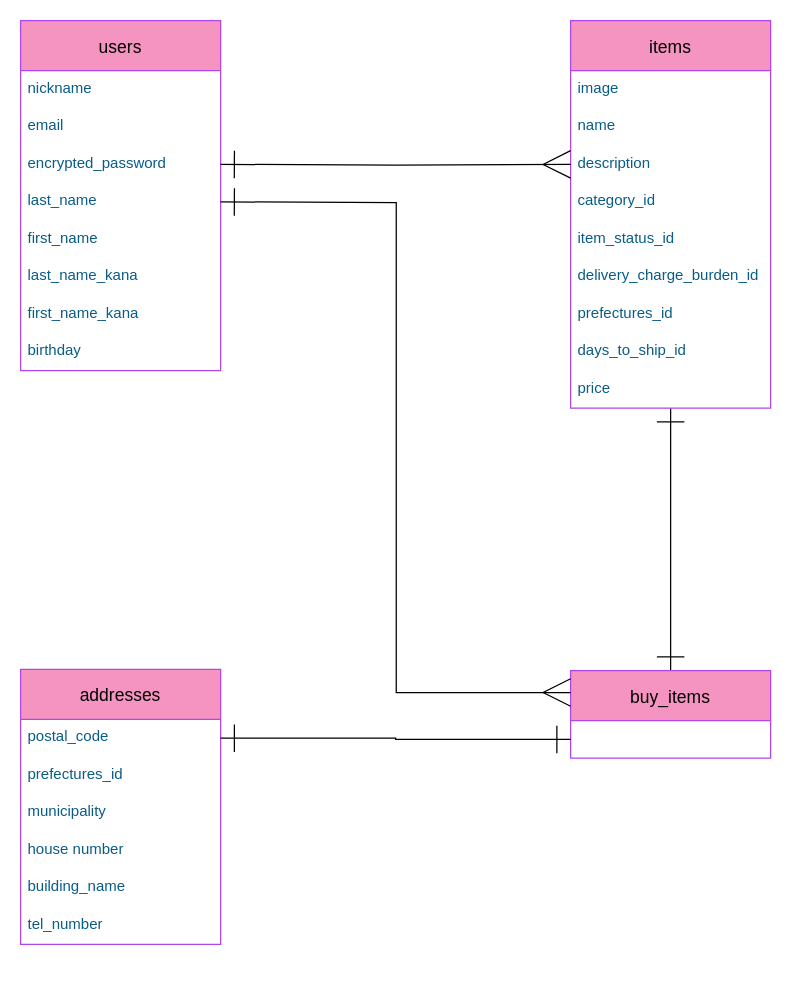
The draw.io diagram ER.dio in moto-smas-mlt/furima-35070, before the edit. Source tidied: cells renumbered, new cells numbered last; positions are measured from the earlier drawing's top-left corner, leaving out a move shared by most shapes. Both pictures are drawn from the tidied source at 125%, with x=0, y=0 at pixel (20, 20).
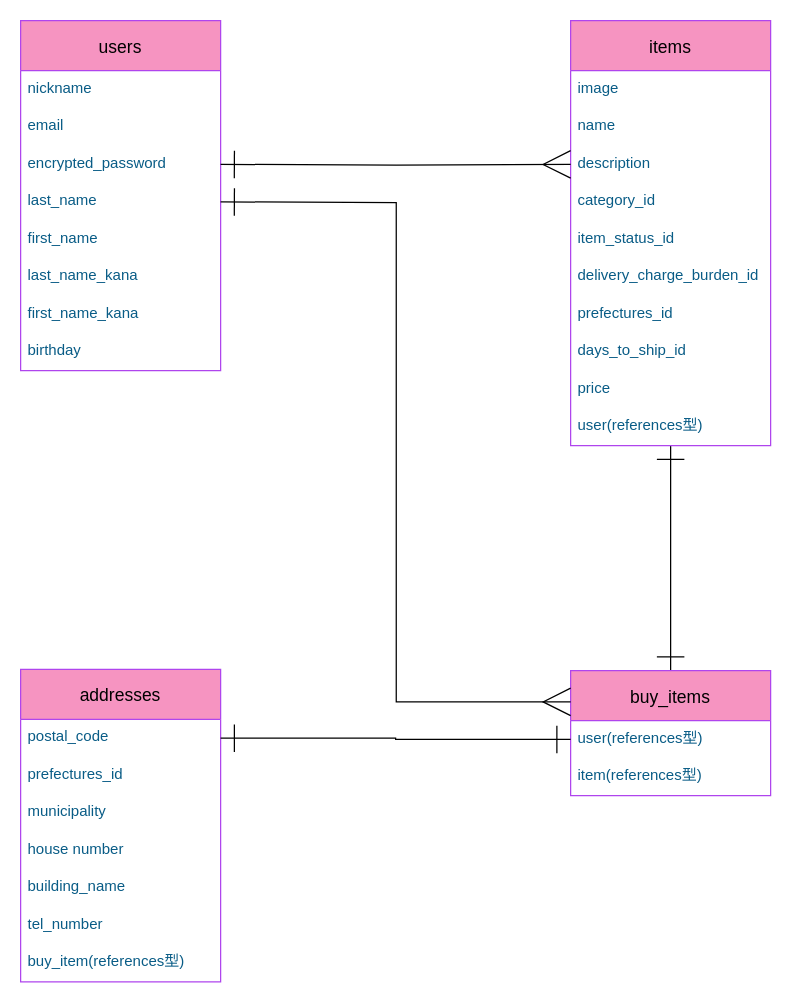
The same diagram, later.

The edit, as a diff of the source:
```diff
@@
     <mxCell id="12" value="items" style="swimlane;fontStyle=0;horizontal=1;startSize=40;align=center;fontSize=14;rounded=0;sketch=0;strokeColor=#AF45ED;fillColor=#F694C1;" parent="1" vertex="1">
-      <mxGeometry x="440" width="160" height="310" as="geometry" />
+      <mxGeometry x="440" width="160" height="340" as="geometry" />
     </mxCell>
@@
+    <mxCell id="33" value="user(references型)" style="text;strokeColor=none;fillColor=none;spacingLeft=4;spacingRight=4;overflow=hidden;fontSize=12;fontColor=#095C86;" parent="12" vertex="1">
+      <mxGeometry y="310" width="160" height="30" as="geometry" />
+    </mxCell>
     <mxCell id="22" value="buy_items" style="swimlane;fontStyle=0;horizontal=1;startSize=40;align=center;fontSize=14;rounded=0;sketch=0;strokeColor=#AF45ED;fillColor=#F694C1;" parent="1" vertex="1">
-      <mxGeometry x="440" y="520" width="160" height="70" as="geometry" />
+      <mxGeometry x="440" y="520" width="160" height="100" as="geometry" />
     </mxCell>
+    <mxCell id="34" value="user(references型)" style="text;strokeColor=none;fillColor=none;spacingLeft=4;spacingRight=4;overflow=hidden;fontSize=12;fontColor=#095C86;" parent="22" vertex="1">
+      <mxGeometry y="40" width="160" height="30" as="geometry" />
+    </mxCell>
+    <mxCell id="35" value="item(references型)" style="text;strokeColor=none;fillColor=none;spacingLeft=4;spacingRight=4;overflow=hidden;fontSize=12;fontColor=#095C86;" parent="22" vertex="1">
+      <mxGeometry y="70" width="160" height="30" as="geometry" />
+    </mxCell>
@@
     <mxCell id="24" value="addresses" style="swimlane;fontStyle=0;horizontal=1;startSize=40;align=center;fontSize=14;rounded=0;sketch=0;strokeColor=#AF45ED;fillColor=#F694C1;" parent="1" vertex="1">
-      <mxGeometry y="519" width="160" height="220" as="geometry" />
+      <mxGeometry y="519" width="160" height="250" as="geometry" />
     </mxCell>
@@
+    <mxCell id="36" value="buy_item(references型)" style="text;strokeColor=none;fillColor=none;spacingLeft=4;spacingRight=4;overflow=hidden;fontSize=12;fontColor=#095C86;" parent="24" vertex="1">
+      <mxGeometry y="220" width="160" height="30" as="geometry" />
+    </mxCell>
```
